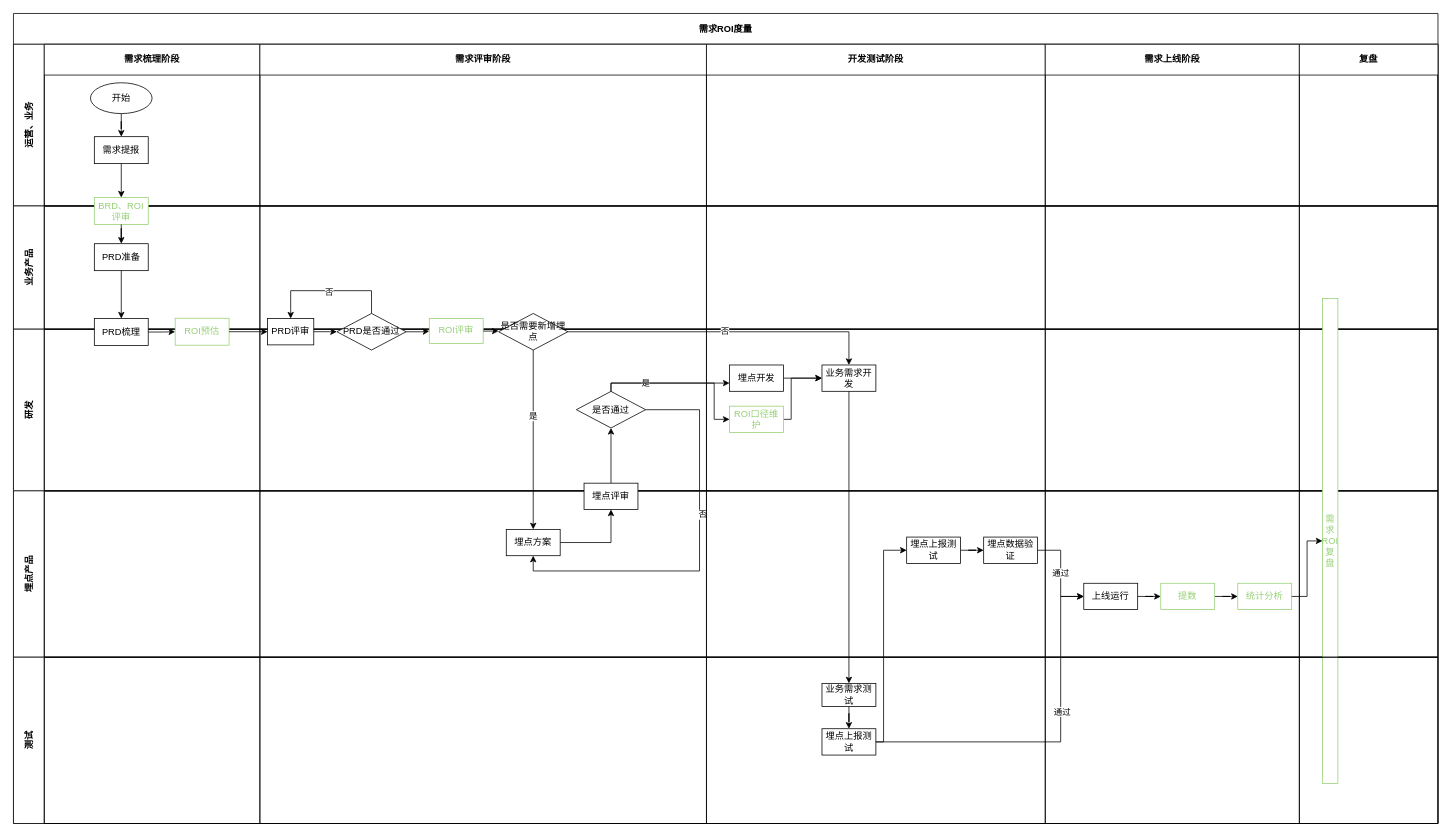
Before: page "职能流程图" (2 of 4) of 需求ROI评估.drawio in lihongliang1989/diagram, a draw.io diagram. Source tidied: cells renumbered, new cells numbered last; positions are measured from the earlier drawing's top-left corner, leaving out a move shared by most shapes. Both pictures are drawn from the tidied source at 77%, with x=0, y=0 at pixel (13, 13).
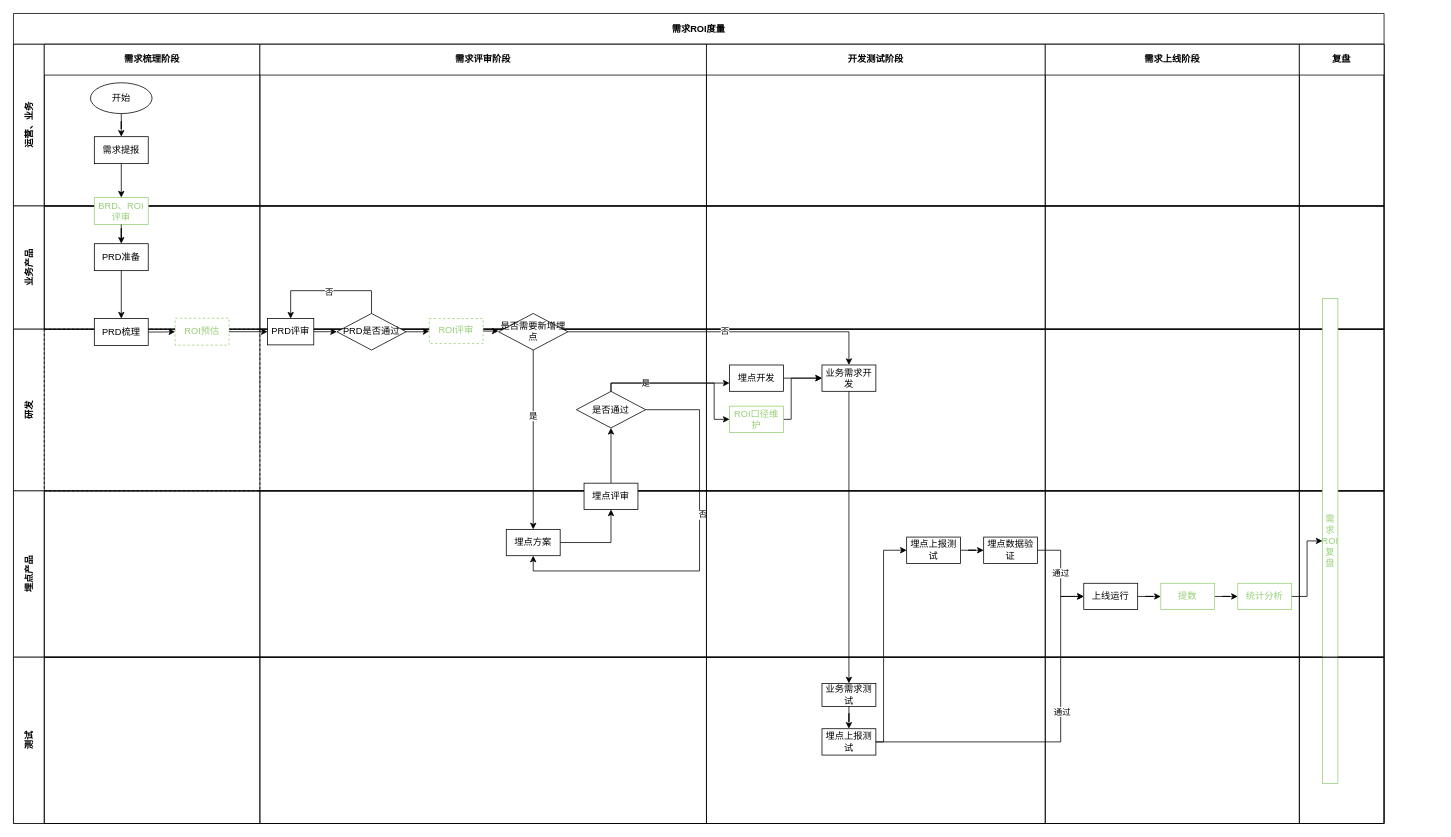
The same diagram, later.

The change refers to these unchanged cells:
```xml
<mxCell id="31" style="swimlane;startSize=0;html=1;whiteSpace=wrap;swimlaneLine=1;" parent="26" vertex="1">
  <mxGeometry x="320" width="580" height="210" as="geometry" />
</mxCell>
```

The edit, as a diff of the source:
```diff
@@
     <mxCell id="2" value="需求ROI度量" style="shape=table;childLayout=tableLayout;rowLines=0;columnLines=0;startSize=40;html=1;whiteSpace=wrap;fontStyle=1;" parent="1" vertex="1">
-      <mxGeometry width="1850" height="1052" as="geometry" />
+      <mxGeometry width="1780" height="1052" as="geometry" />
     </mxCell>
     <mxCell id="3" value="运营、业务" style="swimlane;horizontal=0;startSize=40;html=1;whiteSpace=wrap;" parent="2" vertex="1">
-      <mxGeometry y="40" width="1850" height="210" as="geometry" />
+      <mxGeometry y="40" width="1780" height="210" as="geometry" />
     </mxCell>
@@
     <mxCell id="11" value="复盘" style="swimlane;startSize=40;html=1;whiteSpace=wrap;" parent="3" vertex="1">
-      <mxGeometry x="1670" width="180" height="210" as="geometry" />
+      <mxGeometry x="1670" width="110" height="210" as="geometry" />
     </mxCell>
     <mxCell id="12" value="&lt;span&gt;业务产品&lt;/span&gt;" style="swimlane;horizontal=0;startSize=40;html=1;whiteSpace=wrap;" parent="2" vertex="1">
-      <mxGeometry y="250" width="1850" height="160" as="geometry" />
+      <mxGeometry y="250" width="1780" height="160" as="geometry" />
     </mxCell>
@@
     <mxCell id="20" style="swimlane;startSize=0;html=1;whiteSpace=wrap;" parent="12" vertex="1">
-      <mxGeometry x="1670" width="180" height="160" as="geometry" />
+      <mxGeometry x="1670" width="110" height="160" as="geometry" />
     </mxCell>
@@
     <mxCell id="26" value="研发" style="swimlane;horizontal=0;startSize=40;html=1;whiteSpace=wrap;" parent="2" vertex="1">
-      <mxGeometry y="410" width="1850" height="210" as="geometry" />
+      <mxGeometry y="410" width="1780" height="210" as="geometry" />
     </mxCell>
-    <mxCell id="27" style="swimlane;startSize=0;html=1;whiteSpace=wrap;" parent="26" vertex="1">
+    <mxCell id="27" style="swimlane;startSize=0;html=1;whiteSpace=wrap;dashed=1;" parent="26" vertex="1">
       <mxGeometry x="40" width="280" height="210" as="geometry" />
     </mxCell>
@@
-    <mxCell id="30" value="ROI预估" style="rounded=0;whiteSpace=wrap;html=1;gradientColor=none;strokeColor=#97D077;fontColor=#97D077;" parent="27" vertex="1">
+    <mxCell id="30" value="ROI预估" style="rounded=0;whiteSpace=wrap;html=1;gradientColor=none;strokeColor=#97D077;fontColor=#97D077;dashed=1;" parent="27" vertex="1">
       <mxGeometry x="170" y="-14.2" width="70" height="35" as="geometry" />
     </mxCell>
@@
-    <mxCell id="39" value="ROI评审" style="rounded=0;whiteSpace=wrap;html=1;fontColor=#97D077;strokeColor=#97D077;gradientColor=none;" parent="31" vertex="1">
+    <mxCell id="39" value="ROI评审" style="rounded=0;whiteSpace=wrap;html=1;fontColor=#97D077;strokeColor=#97D077;gradientColor=none;dashed=1;" parent="31" vertex="1">
       <mxGeometry x="220" y="-13.8" width="70" height="32.5" as="geometry" />
     </mxCell>
@@
     <mxCell id="49" style="swimlane;startSize=0;html=1;whiteSpace=wrap;" parent="26" vertex="1">
-      <mxGeometry x="1670" width="180" height="210" as="geometry" />
+      <mxGeometry x="1670" width="110" height="210" as="geometry" />
     </mxCell>
@@
     <mxCell id="55" value="埋点产品" style="swimlane;horizontal=0;startSize=40;html=1;whiteSpace=wrap;" parent="2" vertex="1">
-      <mxGeometry y="620" width="1850" height="216" as="geometry" />
+      <mxGeometry y="620" width="1780" height="216" as="geometry" />
     </mxCell>
@@
     <mxCell id="71" style="swimlane;startSize=0;html=1;whiteSpace=wrap;" parent="55" vertex="1">
-      <mxGeometry x="1670" width="180" height="216" as="geometry" />
+      <mxGeometry x="1670" width="110" height="216" as="geometry" />
     </mxCell>
@@
     <mxCell id="75" value="测试" style="swimlane;horizontal=0;startSize=40;html=1;whiteSpace=wrap;" parent="2" vertex="1">
-      <mxGeometry y="836" width="1850" height="216" as="geometry" />
+      <mxGeometry y="836" width="1780" height="216" as="geometry" />
     </mxCell>
@@
     <mxCell id="81" style="swimlane;startSize=0;html=1;whiteSpace=wrap;" parent="75" vertex="1">
-      <mxGeometry x="1670" width="180" height="216" as="geometry" />
+      <mxGeometry x="1670" width="110" height="216" as="geometry" />
     </mxCell>
```
